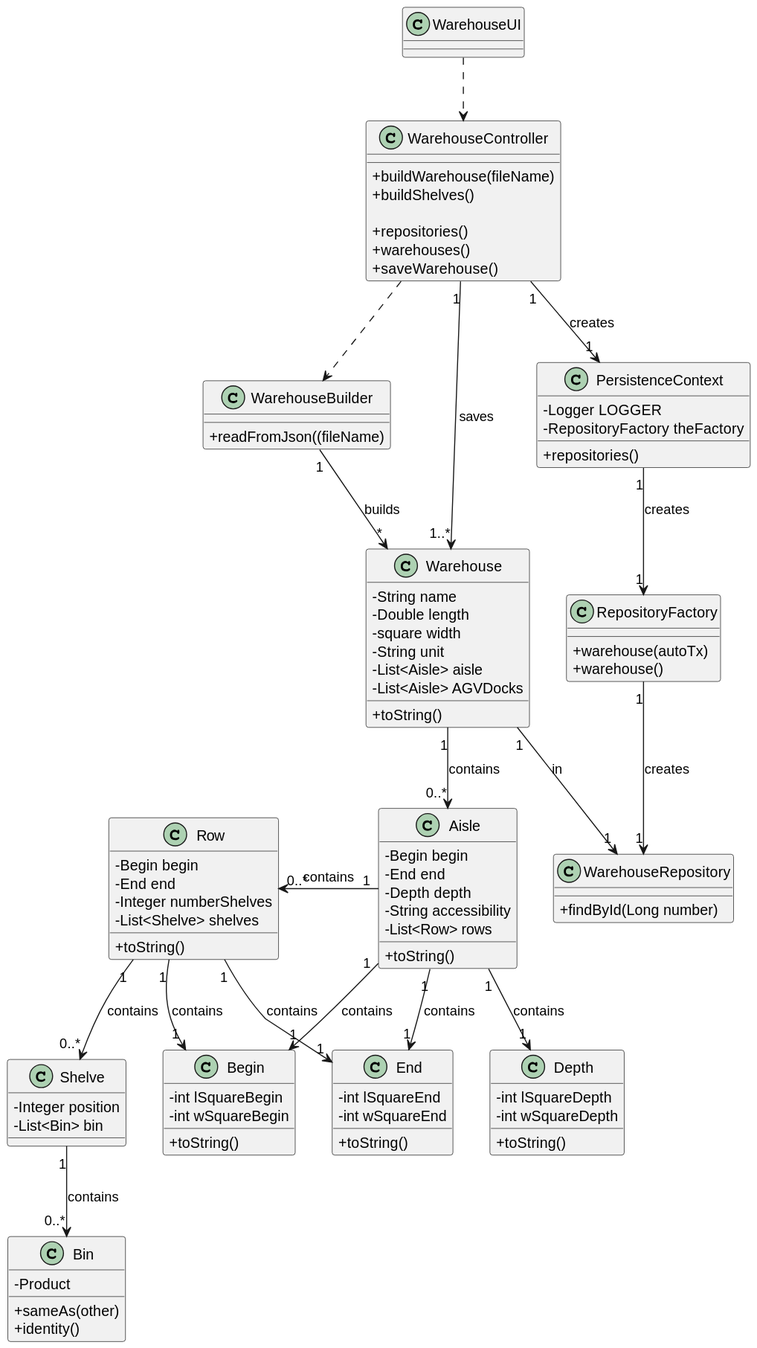
Earlier version of the PlantUML export docs/1201568/US2001/Diagramas/CD.svg (RuiRioPina/LAPR4-21-22).
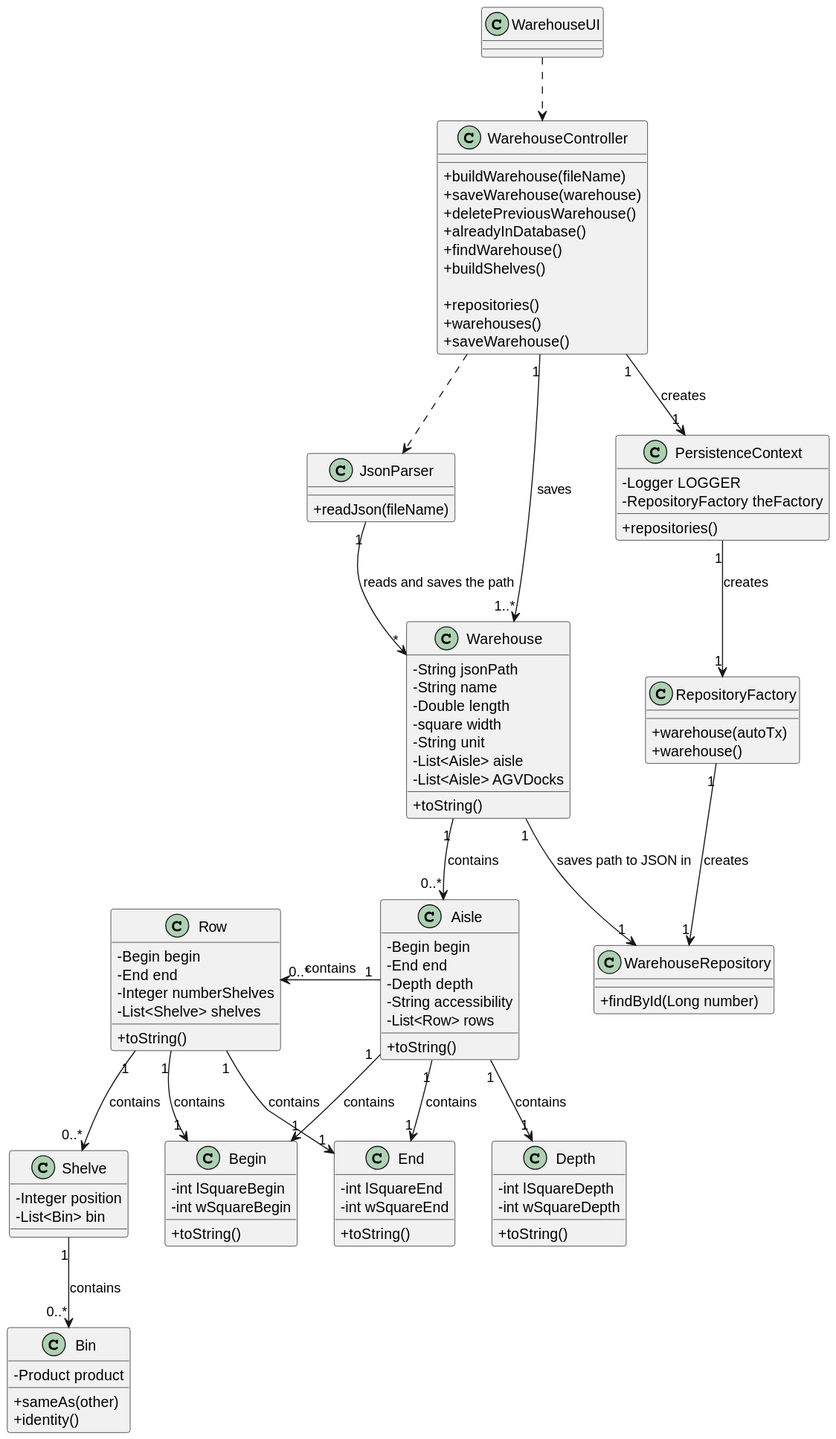
The same diagram one commit later.

Commit message:
#12 [US1003] [Designing] Changed the place where the methods for the creation of the warehouse are being invoked. Before it was in the UI, now it is in the Controller.

Change to the diagram source:
```diff
@@ -6,6 +6,10 @@
 
 Class "WarehouseController"{
 +buildWarehouse(fileName)
++saveWarehouse(warehouse)
++deletePreviousWarehouse()
++alreadyInDatabase()
++findWarehouse()
 +buildShelves()
 
 +repositories()
@@ -17,6 +21,7 @@
 
 
 class "Warehouse"{
+     -String jsonPath
      -String name
      -Double length
      -square width
@@ -49,7 +54,7 @@
 }
 
 class "Bin"{
-     -Product
+     -Product product
      +sameAs(other)
      +identity()
 }
@@ -74,8 +79,8 @@
 
 
 
-class WarehouseBuilder {
-+readFromJson((fileName)
+class JsonParser {
++readJson(fileName)
 }
 
 class PersistenceContext {
@@ -95,8 +100,8 @@
 
 
 WarehouseUI ..> WarehouseController
-WarehouseController..> WarehouseBuilder
-WarehouseBuilder "1" --> "*" Warehouse : builds
+WarehouseController..> JsonParser
+JsonParser "1" --> "*" Warehouse : reads and saves the path
 
 Aisle "0..*" <-u- "1" Warehouse : contains
 Row "0..*" <-r- "1" Aisle : contains
@@ -121,6 +126,6 @@
 
 "WarehouseController" "1" --> "1..*" "Warehouse" :saves
 
-"Warehouse" "1" --> "1" "WarehouseRepository" :in
+"Warehouse" "1" --> "1" "WarehouseRepository" : saves path to JSON in
 
 @enduml
```
